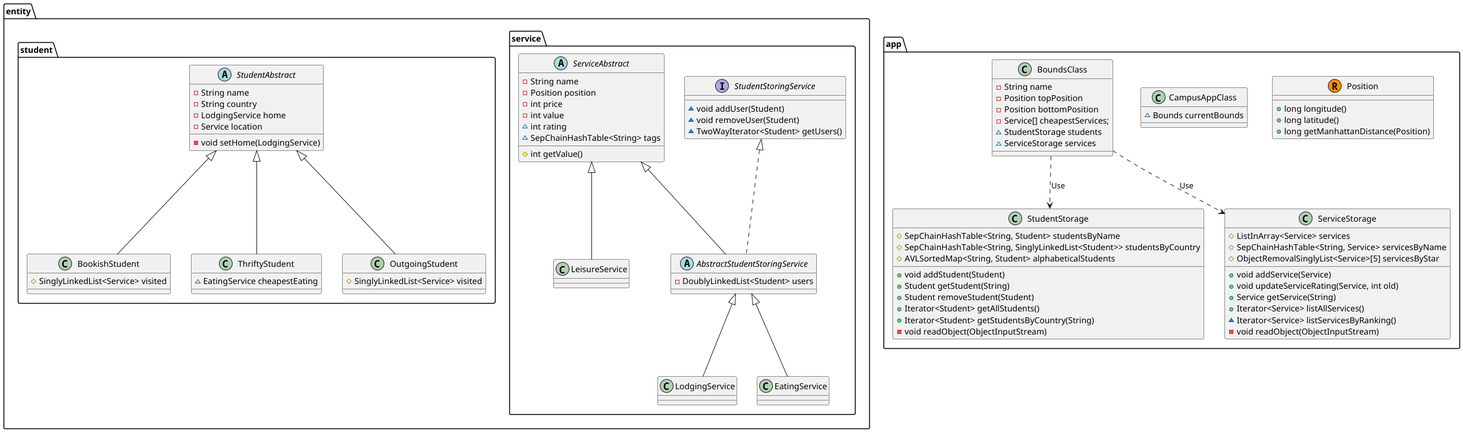
The PlantUML diagram diagram.png in thiphane/AED_prog, before a commit.
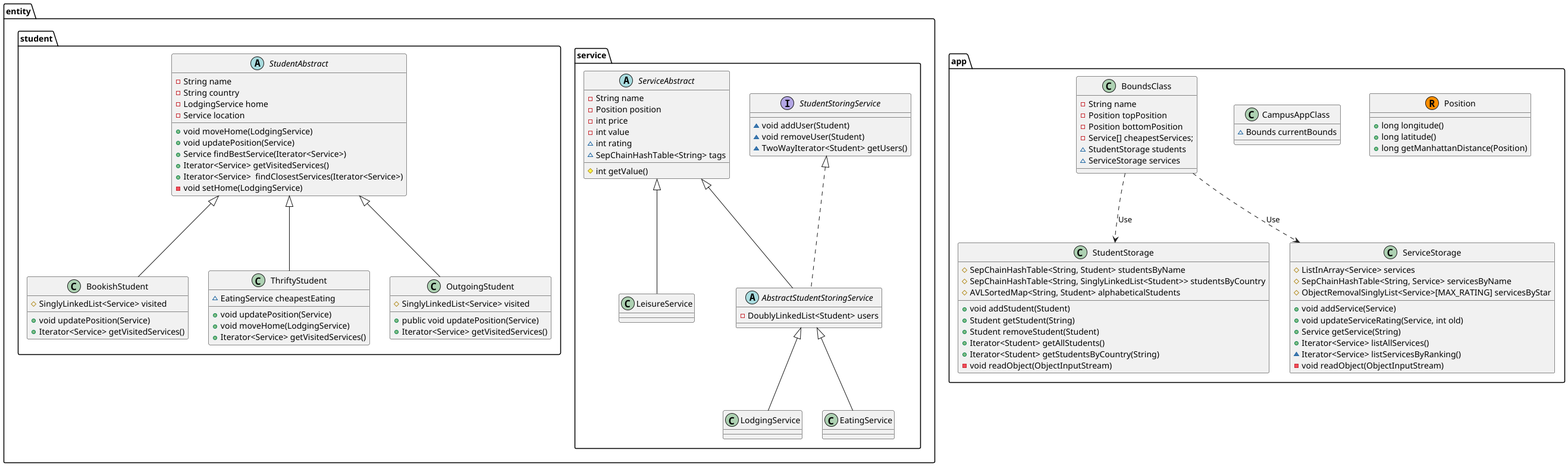
After the change.

Commit message:
acabar diagrama

What changed in the source:
```diff
@@ -4,6 +4,11 @@
 - String country
 - LodgingService home
 - Service location
++ void moveHome(LodgingService)
++ void updatePosition(Service)
++ Service findBestService(Iterator<Service>)
++ Iterator<Service> getVisitedServices()
++ Iterator<Service>  findClosestServices(Iterator<Service>)
 - void setHome(LodgingService)
 }
 
@@ -22,15 +27,22 @@
 
 class entity.student.BookishStudent extends entity.student.StudentAbstract  {
 # SinglyLinkedList<Service> visited
++ void updatePosition(Service)
++ Iterator<Service> getVisitedServices()
 }
 
 
 class entity.student.ThriftyStudent extends entity.student.StudentAbstract {
 ~ EatingService cheapestEating
++ void updatePosition(Service)
++ void moveHome(LodgingService)
++ Iterator<Service> getVisitedServices()
 }
 
 class entity.student.OutgoingStudent extends entity.student.StudentAbstract {
 # SinglyLinkedList<Service> visited
++ public void updatePosition(Service)
++ Iterator<Service> getVisitedServices()
 }
 
 
@@ -58,7 +70,7 @@
 class app.ServiceStorage {
 # ListInArray<Service> services
 # SepChainHashTable<String, Service> servicesByName
-# ObjectRemovalSinglyList<Service>[5] servicesByStar
+# ObjectRemovalSinglyList<Service>[MAX_RATING] servicesByStar
 + void addService(Service)
 + void updateServiceRating(Service, int old)
 + Service getService(String)
```
